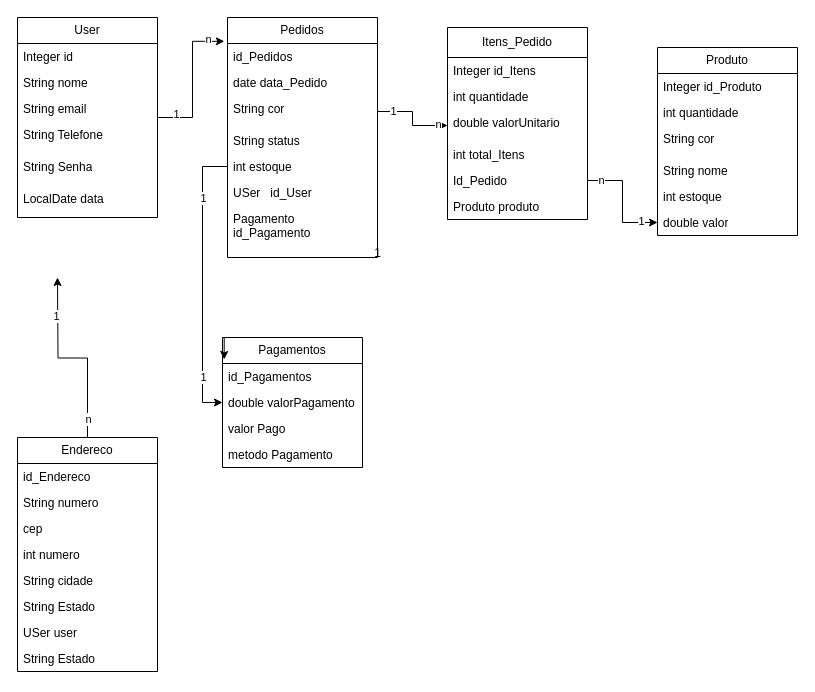
The draw.io diagram Projeto Venda.drawio in AdsonFreireVieira/Cadastro_Produto_Empresa_NPlastic, before the edit. Source tidied: cells renumbered, new cells numbered last; positions are measured from the earlier drawing's top-left corner, leaving out a move shared by most shapes. Both pictures are drawn from the tidied source at 100%, with x=0, y=0 at pixel (17, 17).
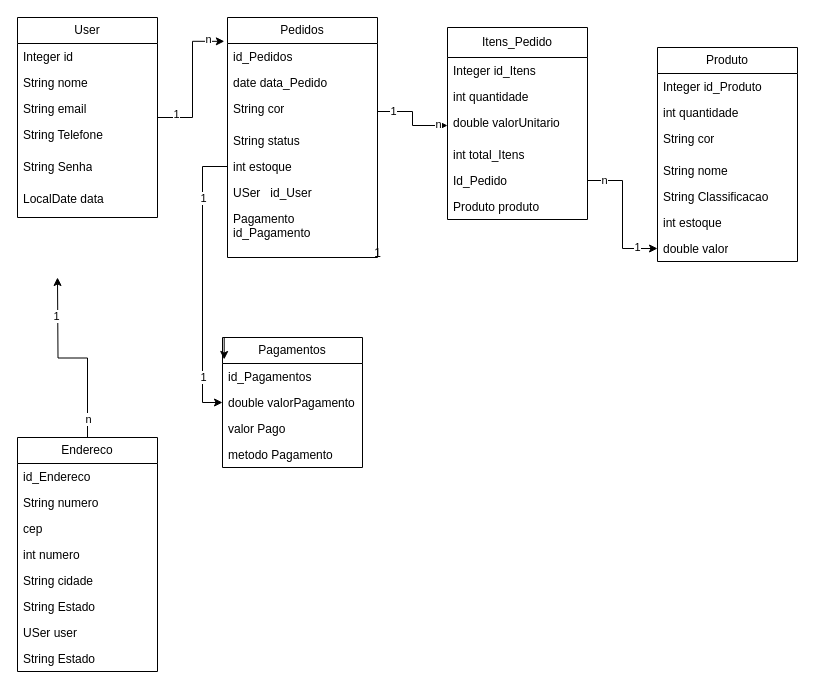
The same diagram, later.

What changed in the source:
```diff
@@
     <mxCell id="9" value="Produto" style="swimlane;fontStyle=0;horizontal=1;startSize=26;fillColor=none;whiteSpace=wrap;html=1;" parent="1" vertex="1">
-      <mxGeometry x="640" y="30" width="140" height="188" as="geometry" />
+      <mxGeometry x="640" y="30" width="140" height="214" as="geometry" />
     </mxCell>
@@
+    <mxCell id="62" value="String Classificacao" style="text;strokeColor=none;fillColor=none;align=left;verticalAlign=top;spacingLeft=4;spacingRight=4;overflow=hidden;whiteSpace=wrap;html=1;" parent="9" vertex="1">
+      <mxGeometry y="136" width="140" height="26" as="geometry" />
+    </mxCell>
     <mxCell id="14" value="int estoque" style="text;strokeColor=none;fillColor=none;align=left;verticalAlign=top;spacingLeft=4;spacingRight=4;overflow=hidden;whiteSpace=wrap;html=1;" parent="9" vertex="1">
-      <mxGeometry y="136" width="140" height="26" as="geometry" />
+      <mxGeometry y="162" width="140" height="26" as="geometry" />
     </mxCell>
     <mxCell id="15" value="double valor&lt;div&gt;&lt;br&gt;&lt;/div&gt;" style="text;strokeColor=none;fillColor=none;align=left;verticalAlign=top;spacingLeft=4;spacingRight=4;overflow=hidden;points=[[0,0.5],[1,0.5]];portConstraint=eastwest;whiteSpace=wrap;html=1;" parent="9" vertex="1">
-      <mxGeometry y="162" width="140" height="26" as="geometry" />
+      <mxGeometry y="188" width="140" height="26" as="geometry" />
     </mxCell>
```
